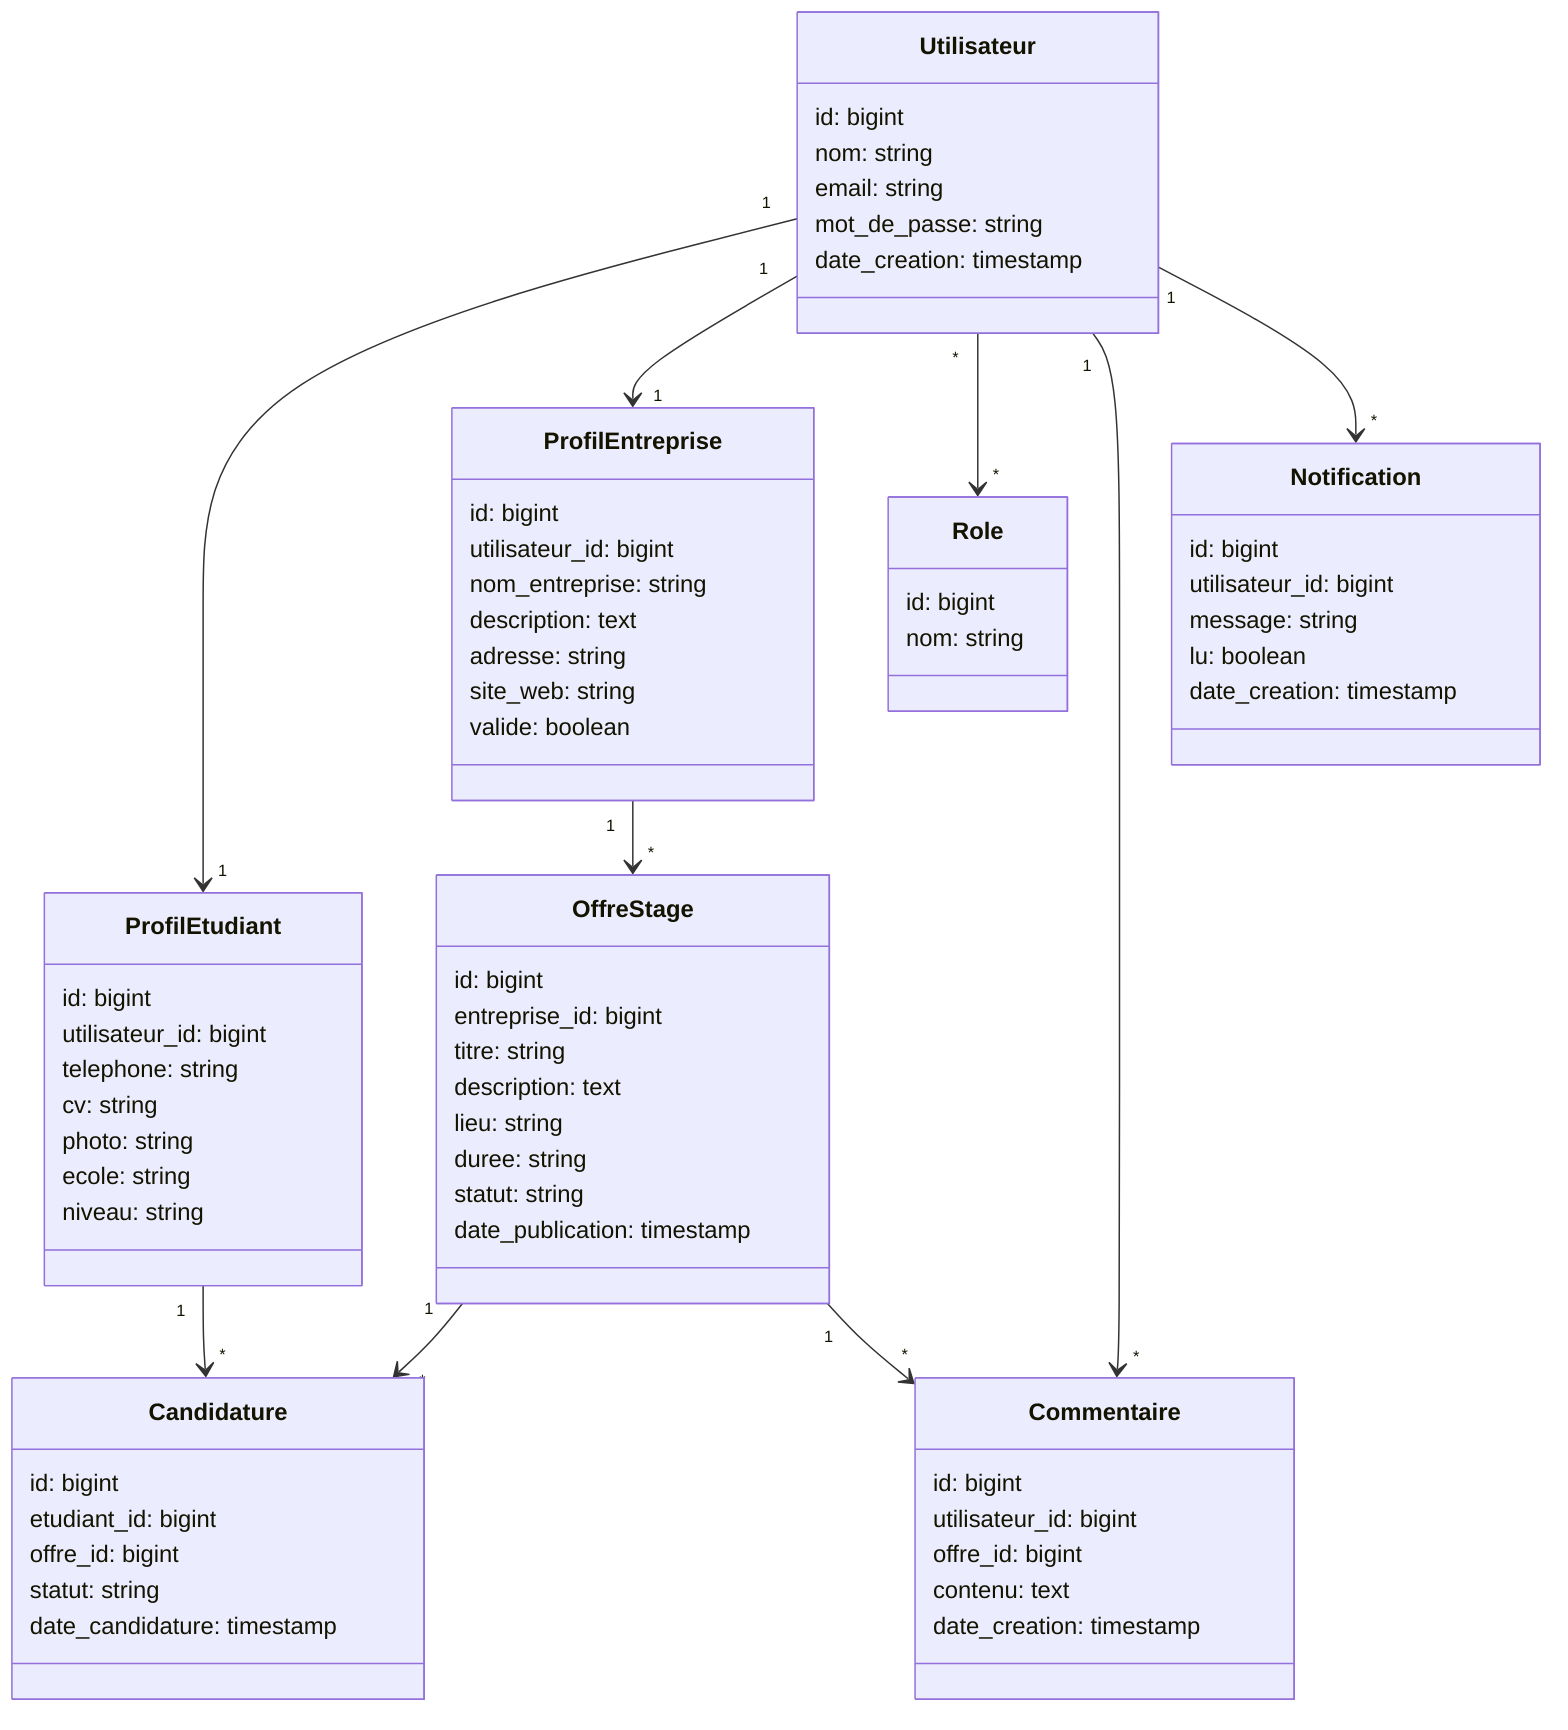
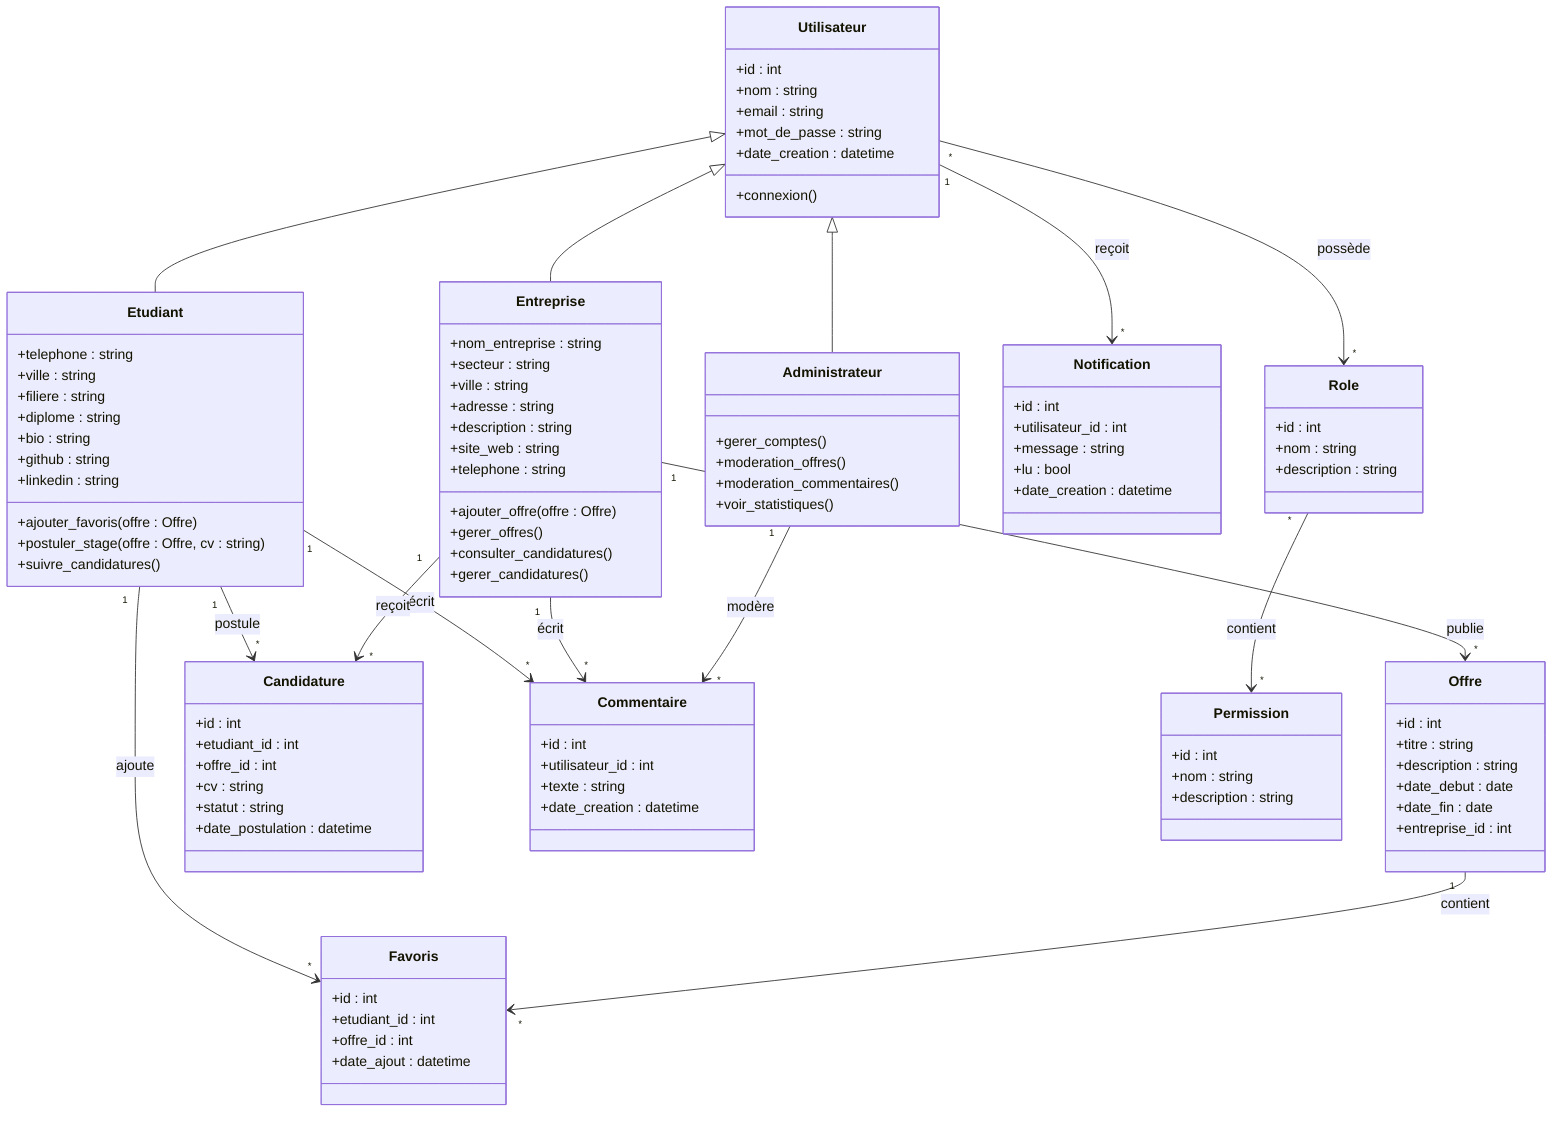
classDiagram
+ %% Diagramme de classes StageFlow

+ %% ====================
+ %% Utilisateurs
+ %% ====================
class Utilisateur {
-   id: bigint
-   nom: string
-   email: string
-   mot_de_passe: string
-   date_creation: timestamp
+     +id : int
+     +nom : string
+     +email : string
+     +mot_de_passe : string
+     +date_creation : datetime
+     +connexion()
}

- class Role {
-   id: bigint
-   nom: string
+ class Etudiant {
+     +telephone : string
+     +ville : string
+     +filiere : string
+     +diplome : string
+     +bio : string
+     +github : string
+     +linkedin : string
+     +ajouter_favoris(offre : Offre)
+     +postuler_stage(offre : Offre, cv : string)
+     +suivre_candidatures()
}

- class ProfilEtudiant {
-   id: bigint
-   utilisateur_id: bigint
-   telephone: string
-   cv: string
-   photo: string
-   ecole: string
-   niveau: string
+ class Entreprise {
+     +nom_entreprise : string
+     +secteur : string
+     +ville : string
+     +adresse : string
+     +description : string
+     +site_web : string
+     +telephone : string
+     +ajouter_offre(offre : Offre)
+     +gerer_offres()
+     +consulter_candidatures()
+     +gerer_candidatures()
}

- class ProfilEntreprise {
-   id: bigint
-   utilisateur_id: bigint
-   nom_entreprise: string
-   description: text
-   adresse: string
-   site_web: string
-   valide: boolean
+ class Administrateur {
+     +gerer_comptes()
+     +moderation_offres()
+     +moderation_commentaires()
+     +voir_statistiques()
}

- class OffreStage {
-   id: bigint
-   entreprise_id: bigint
-   titre: string
-   description: text
-   lieu: string
-   duree: string
-   statut: string
-   date_publication: timestamp
+ %% ====================
+ %% Stage / Offre
+ %% ====================
+ class Offre {
+     +id : int
+     +titre : string
+     +description : string
+     +date_debut : date
+     +date_fin : date
+     +entreprise_id : int
}

class Candidature {
-   id: bigint
-   etudiant_id: bigint
-   offre_id: bigint
-   statut: string
-   date_candidature: timestamp
+     +id : int
+     +etudiant_id : int
+     +offre_id : int
+     +cv : string
+     +statut : string
+     +date_postulation : datetime
+ }
+ 
+ class Favoris {
+     +id : int
+     +etudiant_id : int
+     +offre_id : int
+     +date_ajout : datetime
}

class Commentaire {
-   id: bigint
-   utilisateur_id: bigint
-   offre_id: bigint
-   contenu: text
-   date_creation: timestamp
+     +id : int
+     +utilisateur_id : int
+     +texte : string
+     +date_creation : datetime
}

class Notification {
-   id: bigint
-   utilisateur_id: bigint
-   message: string
-   lu: boolean
-   date_creation: timestamp
+     +id : int
+     +utilisateur_id : int
+     +message : string
+     +lu : bool
+     +date_creation : datetime
}

- Utilisateur "1" --> "1" ProfilEtudiant
- Utilisateur "1" --> "1" ProfilEntreprise
- Utilisateur "*" --> "*" Role
- Utilisateur "1" --> "*" Commentaire
- Utilisateur "1" --> "*" Notification
+ %% ====================
+ %% Relations principales
+ %% ====================
+ Utilisateur <|-- Etudiant
+ Utilisateur <|-- Entreprise
+ Utilisateur <|-- Administrateur

- ProfilEntreprise "1" --> "*" OffreStage
- ProfilEtudiant "1" --> "*" Candidature
- OffreStage "1" --> "*" Candidature
- OffreStage "1" --> "*" Commentaire+ Etudiant "1" --> "*" Candidature : postule
+ Etudiant "1" --> "*" Favoris : ajoute
+ Etudiant "1" --> "*" Commentaire : écrit
+ 
+ Entreprise "1" --> "*" Offre : publie
+ Entreprise "1" --> "*" Commentaire : écrit
+ Entreprise "1" --> "*" Candidature : reçoit
+ 
+ Administrateur "1" --> "*" Commentaire : modère
+ 
+ Utilisateur "1" --> "*" Notification : reçoit
+ 
+ %% Relation Favoris - Offre
+ Offre "1" --> "*" Favoris : contient
+ 
+ %% ====================
+ %% Spatie Roles / Permissions
+ %% ====================
+ class Role {
+     +id : int
+     +nom : string
+     +description : string
+ }
+ 
+ class Permission {
+     +id : int
+     +nom : string
+     +description : string
+ }
+ 
+ Utilisateur "*" --> "*" Role : possède
+ Role "*" --> "*" Permission : contient